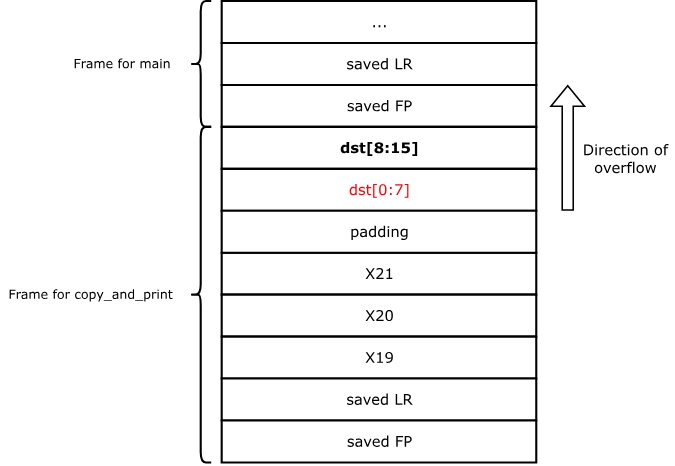
Before: img/stack-buffer-overflow.svg, a diagram exported from draw.io (llsoftsec/llsoftsecbook). Source tidied: cells renumbered, new cells last; positions are measured from the earlier drawing's top-left corner, leaving out a move shared by most shapes. Its diagram source:
```xml
<mxGraphModel>
  <root>
    <mxCell id="0" />
    <mxCell id="1" parent="0" />
    <mxCell id="2" value="&lt;font face=&quot;Verdana&quot; style=&quot;font-size: 14px&quot;&gt;X21&lt;/font&gt;" style="rounded=0;html=1;strokeWidth=2;fontStyle=0;horizontal=1;labelBorderColor=none;" parent="1" vertex="1">
      <mxGeometry x="210" y="240" width="300" height="40" as="geometry" />
    </mxCell>
    <mxCell id="3" value="&lt;font face=&quot;Verdana&quot; style=&quot;font-size: 14px&quot;&gt;X20&lt;/font&gt;" style="rounded=0;html=1;strokeWidth=2;fontStyle=0;horizontal=1;labelBorderColor=none;" parent="1" vertex="1">
      <mxGeometry x="210" y="280" width="300" height="40" as="geometry" />
    </mxCell>
    <mxCell id="4" value="&lt;font face=&quot;Verdana&quot; style=&quot;font-size: 14px&quot;&gt;X19&lt;/font&gt;" style="rounded=0;html=1;strokeWidth=2;fontStyle=0;horizontal=1;labelBorderColor=none;" parent="1" vertex="1">
      <mxGeometry x="210" y="320" width="300" height="40" as="geometry" />
    </mxCell>
    <mxCell id="5" value="&lt;font face=&quot;Verdana&quot; style=&quot;font-size: 14px&quot;&gt;saved LR&lt;/font&gt;" style="rounded=0;html=1;strokeWidth=2;fontStyle=0;horizontal=1;labelBorderColor=none;" parent="1" vertex="1">
      <mxGeometry x="210" y="360" width="300" height="40" as="geometry" />
    </mxCell>
    <mxCell id="6" value="&lt;font face=&quot;Verdana&quot; style=&quot;font-size: 14px&quot;&gt;saved FP&lt;/font&gt;" style="rounded=0;html=1;strokeWidth=2;fontStyle=0;horizontal=1;labelBorderColor=none;" parent="1" vertex="1">
      <mxGeometry x="210" y="400" width="300" height="40" as="geometry" />
    </mxCell>
    <mxCell id="7" value="&lt;font face=&quot;Verdana&quot; style=&quot;font-size: 14px&quot;&gt;saved LR&lt;/font&gt;" style="rounded=0;html=1;strokeWidth=2;fontStyle=0;horizontal=1;labelBorderColor=none;" parent="1" vertex="1">
      <mxGeometry x="210" y="40" width="300" height="40" as="geometry" />
    </mxCell>
    <mxCell id="8" value="&lt;font face=&quot;Verdana&quot; style=&quot;font-size: 14px&quot;&gt;saved FP&lt;/font&gt;" style="rounded=0;html=1;strokeWidth=2;fontStyle=0;horizontal=1;labelBorderColor=none;" parent="1" vertex="1">
      <mxGeometry x="210" y="80" width="300" height="40" as="geometry" />
    </mxCell>
    <mxCell id="9" value="&lt;font face=&quot;Verdana&quot; style=&quot;font-size: 14px&quot;&gt;&lt;b style=&quot;&quot;&gt;dst[8:15]&lt;/b&gt;&lt;/font&gt;" style="rounded=0;html=1;strokeWidth=2;fontStyle=0;horizontal=1;labelBorderColor=none;" parent="1" vertex="1">
      <mxGeometry x="210" y="120" width="300" height="40" as="geometry" />
    </mxCell>
    <mxCell id="10" value="&lt;font face=&quot;Verdana&quot; style=&quot;font-size: 14px&quot; color=&quot;#ff0000&quot;&gt;dst[0:7]&lt;/font&gt;" style="rounded=0;html=1;strokeWidth=2;fontStyle=0;horizontal=1;labelBorderColor=none;" parent="1" vertex="1">
      <mxGeometry x="210" y="160" width="300" height="40" as="geometry" />
    </mxCell>
    <mxCell id="11" value="&lt;font face=&quot;Verdana&quot; style=&quot;font-size: 14px&quot;&gt;padding&lt;/font&gt;" style="rounded=0;html=1;strokeWidth=2;fontStyle=0;horizontal=1;labelBorderColor=none;" parent="1" vertex="1">
      <mxGeometry x="210" y="200" width="300" height="40" as="geometry" />
    </mxCell>
    <mxCell id="12" style="shape=curlyBracket;whiteSpace=wrap;html=1;rounded=1;labelBorderColor=none;strokeWidth=2;" parent="1" vertex="1">
      <mxGeometry x="180" y="120" width="20" height="320" as="geometry" />
    </mxCell>
    <mxCell id="13" style="shape=curlyBracket;whiteSpace=wrap;html=1;rounded=1;labelBorderColor=none;strokeWidth=2;" parent="1" vertex="1">
      <mxGeometry x="180" width="20" height="120" as="geometry" />
    </mxCell>
    <mxCell id="14" value="&lt;font face=&quot;Verdana&quot;&gt;Frame for copy_and_print&lt;/font&gt;" style="text;html=1;strokeColor=none;fillColor=none;align=center;verticalAlign=middle;whiteSpace=wrap;rounded=0;labelBorderColor=none;" parent="1" vertex="1">
      <mxGeometry y="267.5" width="170" height="25" as="geometry" />
    </mxCell>
    <mxCell id="15" value="&lt;font face=&quot;Verdana&quot; style=&quot;font-size: 14px&quot;&gt;...&lt;/font&gt;" style="rounded=0;html=1;strokeWidth=2;fontStyle=0;horizontal=1;labelBorderColor=none;" parent="1" vertex="1">
      <mxGeometry x="210" width="300" height="40" as="geometry" />
    </mxCell>
    <mxCell id="16" value="&lt;font face=&quot;Verdana&quot;&gt;Frame for main&lt;/font&gt;" style="text;html=1;strokeColor=none;fillColor=none;align=center;verticalAlign=middle;whiteSpace=wrap;rounded=0;labelBorderColor=none;" parent="1" vertex="1">
      <mxGeometry x="30" y="47.5" width="170" height="25" as="geometry" />
    </mxCell>
    <mxCell id="17" style="shape=flexArrow;endArrow=classic;html=1;rounded=0;fontColor=#FF0000;strokeWidth=1.5;" parent="1" edge="1">
      <mxGeometry relative="1" as="geometry">
        <mxPoint x="540" y="200" as="sourcePoint" />
        <mxPoint x="540" y="80" as="targetPoint" />
      </mxGeometry>
    </mxCell>
    <mxCell id="18" value="&lt;font color=&quot;#000000&quot; face=&quot;Verdana&quot; style=&quot;font-size: 14px&quot;&gt;Direction of overflow&lt;/font&gt;" style="text;html=1;strokeColor=none;fillColor=none;align=center;verticalAlign=middle;whiteSpace=wrap;rounded=0;fontColor=#FF0000;" parent="1" vertex="1">
      <mxGeometry x="550" y="130" width="90" height="40" as="geometry" />
    </mxCell>
  </root>
</mxGraphModel>
```
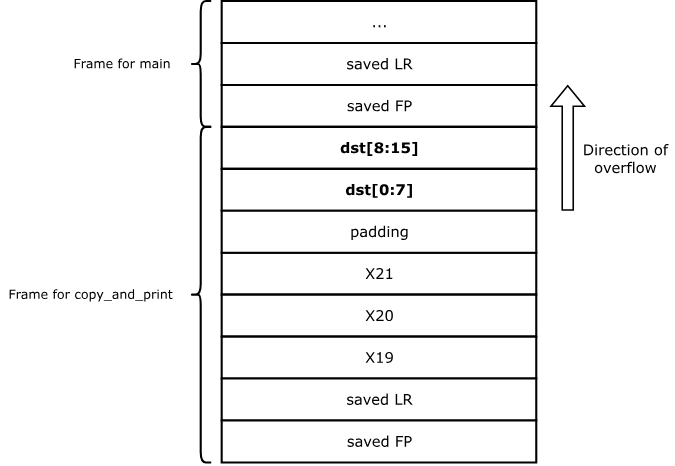
The same diagram one commit later.

Change to the diagram source:
```diff
@@ -26,7 +26,7 @@
     <mxCell id="9" value="&lt;font face=&quot;Verdana&quot; style=&quot;font-size: 14px&quot;&gt;&lt;b style=&quot;&quot;&gt;dst[8:15]&lt;/b&gt;&lt;/font&gt;" style="rounded=0;html=1;strokeWidth=2;fontStyle=0;horizontal=1;labelBorderColor=none;" parent="1" vertex="1">
       <mxGeometry x="210" y="120" width="300" height="40" as="geometry" />
     </mxCell>
-    <mxCell id="10" value="&lt;font face=&quot;Verdana&quot; style=&quot;font-size: 14px&quot; color=&quot;#ff0000&quot;&gt;dst[0:7]&lt;/font&gt;" style="rounded=0;html=1;strokeWidth=2;fontStyle=0;horizontal=1;labelBorderColor=none;" parent="1" vertex="1">
+    <mxCell id="10" value="&lt;font face=&quot;Verdana&quot; style=&quot;font-size: 14px&quot;&gt;&lt;b style=&quot;&quot;&gt;dst[0:7]&lt;/b&gt;&lt;/font&gt;" style="rounded=0;html=1;strokeWidth=2;fontStyle=0;horizontal=1;labelBorderColor=none;" parent="1" vertex="1">
       <mxGeometry x="210" y="160" width="300" height="40" as="geometry" />
     </mxCell>
     <mxCell id="11" value="&lt;font face=&quot;Verdana&quot; style=&quot;font-size: 14px&quot;&gt;padding&lt;/font&gt;" style="rounded=0;html=1;strokeWidth=2;fontStyle=0;horizontal=1;labelBorderColor=none;" parent="1" vertex="1">
```
